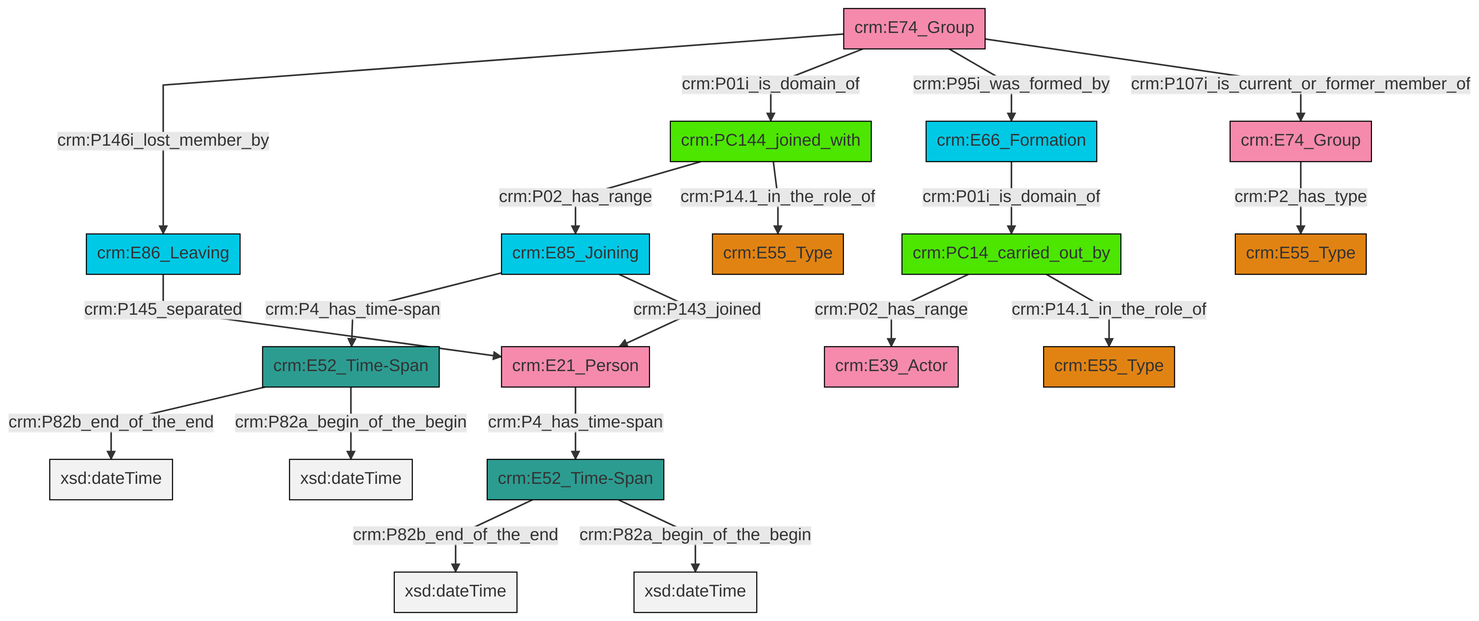
This is et/groupCSV/ttl/mmd/png/group_actor_relations.png from swiss-art-research-net/docs.swissartresearch, a Mermaid export, as it was before one commit. Its source is kept beside it as et/groupCSV/ttl/mmd/group_actor_relations.ttl.mmd.
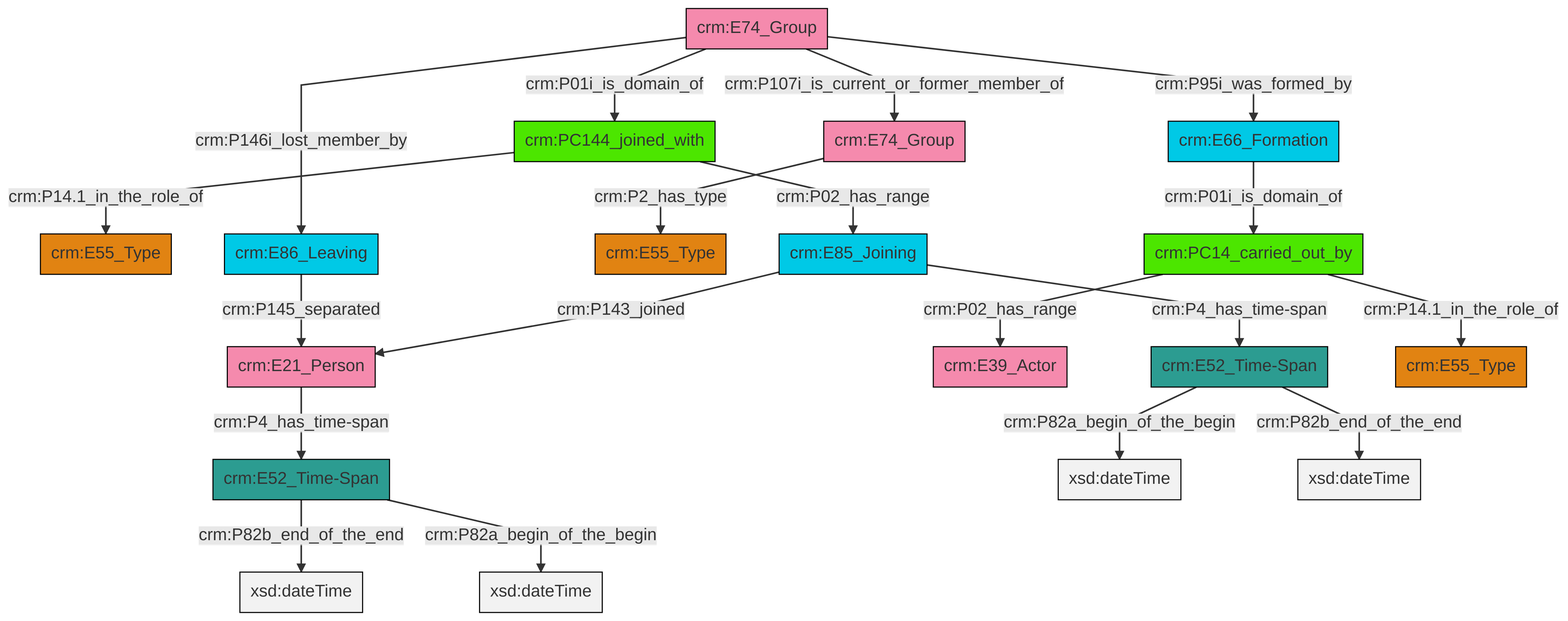
After the change.

The edit, as a diff of the source:
```diff
@@ -14,20 +14,20 @@
 classDef Multi fill:#cccccc,stroke:#000000;
 
 0["crm:E52_Time-Span"]:::Time-Span -->|crm:P82b_end_of_the_end| 1[xsd:dateTime]:::Literal
-2["crm:E74_Group"]:::Actor -->|crm:P146i_lost_member_by| 3["crm:E86_Leaving"]:::Temporal_Entity
-6["crm:PC14_carried_out_by"]:::PC_Classes -->|crm:P02_has_range| 7["crm:E39_Actor"]:::Actor
-8["crm:E52_Time-Span"]:::Time-Span -->|crm:P82b_end_of_the_end| 9[xsd:dateTime]:::Literal
-2["crm:E74_Group"]:::Actor -->|crm:P01i_is_domain_of| 10["crm:PC144_joined_with"]:::PC_Classes
-17["crm:E21_Person"]:::Actor -->|crm:P4_has_time-span| 0["crm:E52_Time-Span"]:::Time-Span
-4["crm:E66_Formation"]:::Temporal_Entity -->|crm:P01i_is_domain_of| 6["crm:PC14_carried_out_by"]:::PC_Classes
-2["crm:E74_Group"]:::Actor -->|crm:P95i_was_formed_by| 4["crm:E66_Formation"]:::Temporal_Entity
-6["crm:PC14_carried_out_by"]:::PC_Classes -->|crm:P14.1_in_the_role_of| 11["crm:E55_Type"]:::Type
-0["crm:E52_Time-Span"]:::Time-Span -->|crm:P82a_begin_of_the_begin| 24[xsd:dateTime]:::Literal
-10["crm:PC144_joined_with"]:::PC_Classes -->|crm:P02_has_range| 25["crm:E85_Joining"]:::Temporal_Entity
-10["crm:PC144_joined_with"]:::PC_Classes -->|crm:P14.1_in_the_role_of| 15["crm:E55_Type"]:::Type
-25["crm:E85_Joining"]:::Temporal_Entity -->|crm:P4_has_time-span| 8["crm:E52_Time-Span"]:::Time-Span
-25["crm:E85_Joining"]:::Temporal_Entity -->|crm:P143_joined| 17["crm:E21_Person"]:::Actor
-2["crm:E74_Group"]:::Actor -->|crm:P107i_is_current_or_former_member_of| 29["crm:E74_Group"]:::Actor
-8["crm:E52_Time-Span"]:::Time-Span -->|crm:P82a_begin_of_the_begin| 32[xsd:dateTime]:::Literal
-3["crm:E86_Leaving"]:::Temporal_Entity -->|crm:P145_separated| 17["crm:E21_Person"]:::Actor
-29["crm:E74_Group"]:::Actor -->|crm:P2_has_type| 22["crm:E55_Type"]:::Type
+2["crm:PC144_joined_with"]:::PC_Classes -->|crm:P14.1_in_the_role_of| 3["crm:E55_Type"]:::Type
+4["crm:E21_Person"]:::Actor -->|crm:P4_has_time-span| 0["crm:E52_Time-Span"]:::Time-Span
+7["crm:E86_Leaving"]:::Temporal_Entity -->|crm:P145_separated| 4["crm:E21_Person"]:::Actor
+8["crm:E74_Group"]:::Actor -->|crm:P2_has_type| 9["crm:E55_Type"]:::Type
+10["crm:E85_Joining"]:::Temporal_Entity -->|crm:P4_has_time-span| 11["crm:E52_Time-Span"]:::Time-Span
+12["crm:E74_Group"]:::Actor -->|crm:P146i_lost_member_by| 7["crm:E86_Leaving"]:::Temporal_Entity
+16["crm:PC14_carried_out_by"]:::PC_Classes -->|crm:P02_has_range| 5["crm:E39_Actor"]:::Actor
+2["crm:PC144_joined_with"]:::PC_Classes -->|crm:P02_has_range| 10["crm:E85_Joining"]:::Temporal_Entity
+12["crm:E74_Group"]:::Actor -->|crm:P95i_was_formed_by| 18["crm:E66_Formation"]:::Temporal_Entity
+16["crm:PC14_carried_out_by"]:::PC_Classes -->|crm:P14.1_in_the_role_of| 20["crm:E55_Type"]:::Type
+12["crm:E74_Group"]:::Actor -->|crm:P107i_is_current_or_former_member_of| 8["crm:E74_Group"]:::Actor
+18["crm:E66_Formation"]:::Temporal_Entity -->|crm:P01i_is_domain_of| 16["crm:PC14_carried_out_by"]:::PC_Classes
+0["crm:E52_Time-Span"]:::Time-Span -->|crm:P82a_begin_of_the_begin| 26[xsd:dateTime]:::Literal
+10["crm:E85_Joining"]:::Temporal_Entity -->|crm:P143_joined| 4["crm:E21_Person"]:::Actor
+12["crm:E74_Group"]:::Actor -->|crm:P01i_is_domain_of| 2["crm:PC144_joined_with"]:::PC_Classes
+11["crm:E52_Time-Span"]:::Time-Span -->|crm:P82a_begin_of_the_begin| 33[xsd:dateTime]:::Literal
+11["crm:E52_Time-Span"]:::Time-Span -->|crm:P82b_end_of_the_end| 34[xsd:dateTime]:::Literal
```
